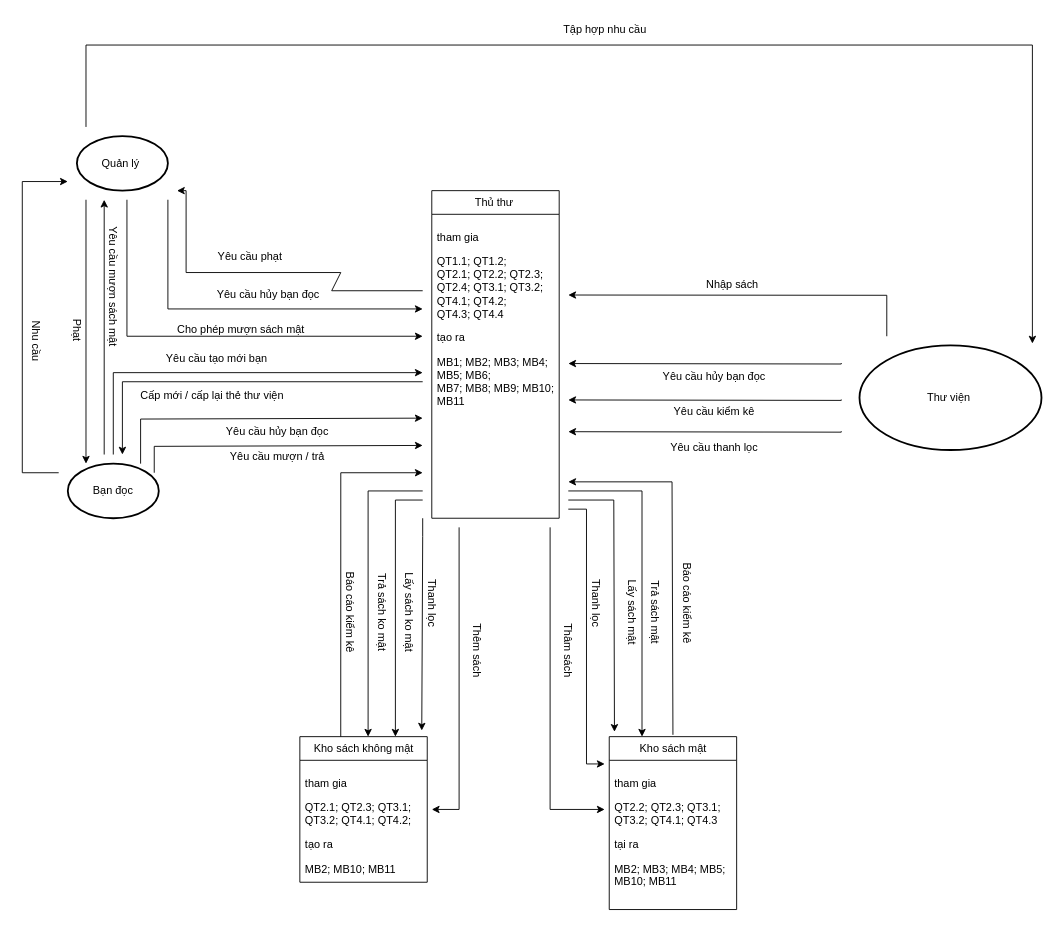
vqh17062001/PTTKHT keeps this draw.io diagram as bài tap lớn/mô hình TTNV.drawio. Above is the earlier version. Source tidied: cells renumbered, new cells numbered last; positions are measured from the earlier drawing's top-left corner, leaving out a move shared by most shapes. Both pictures are drawn from the tidied source at 91%, with x=0, y=0 at pixel (4, 15).
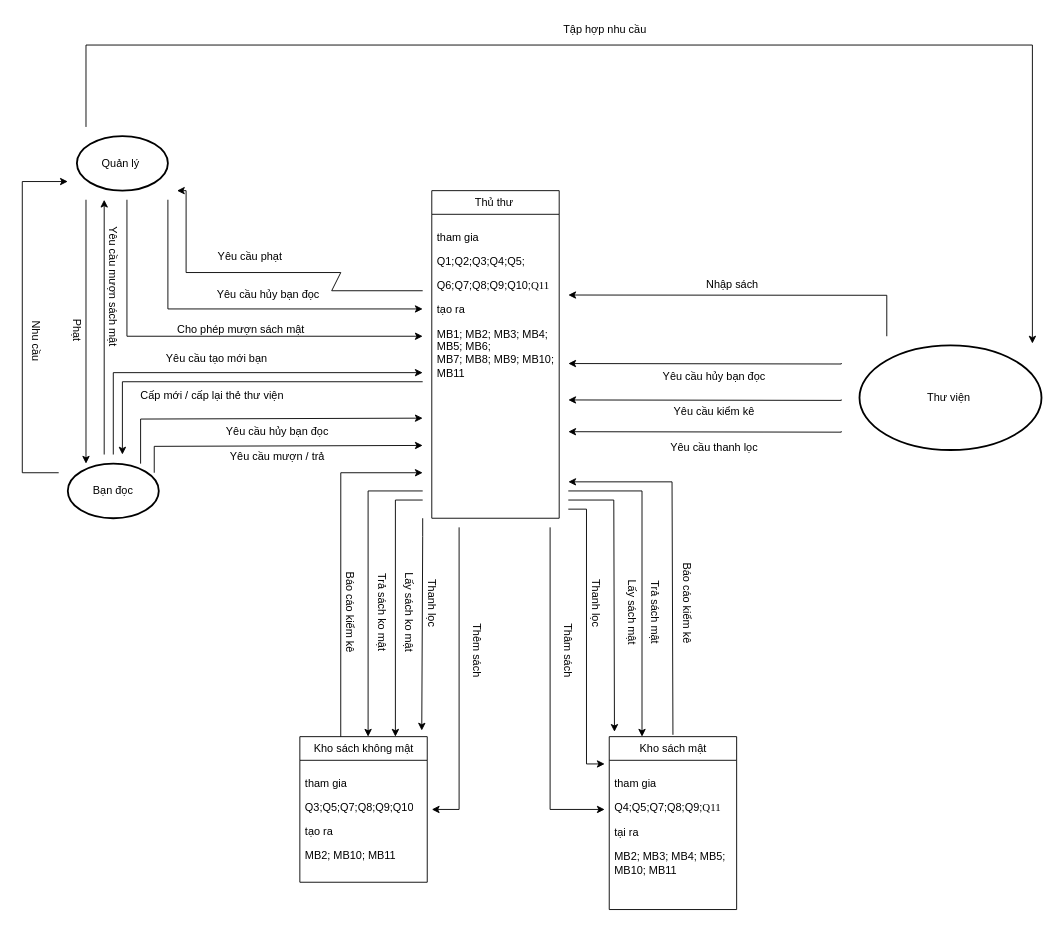
The same diagram, later.

Unchanged cells that the change refers to:
```xml
<mxCell id="5" value="Thủ thư&amp;nbsp;" style="swimlane;fontStyle=0;horizontal=1;startSize=26;fillColor=none;html=1;" parent="1" vertex="1">
  <mxGeometry x="470" y="192" width="140" height="360" as="geometry" />
</mxCell>
<mxCell id="7" value="Kho sách không mật" style="swimlane;fontStyle=0;horizontal=1;startSize=26;fillColor=none;html=1;" parent="1" vertex="1">
  <mxGeometry x="325" y="792" width="140" height="160" as="geometry" />
</mxCell>
<mxCell id="9" value="Kho sách mật" style="swimlane;fontStyle=0;horizontal=1;startSize=26;fillColor=none;html=1;" parent="1" vertex="1">
  <mxGeometry x="665" y="792" width="140" height="190" as="geometry" />
</mxCell>
```

Change to the diagram source:
```diff
@@
-    <mxCell id="6" value="&lt;p style=&quot;margin-bottom:6.0pt&quot; class=&quot;MsoNormal&quot;&gt;tham gia&lt;/p&gt;&lt;p style=&quot;margin-bottom:6.0pt&quot; class=&quot;MsoNormal&quot;&gt;QT1.1; &lt;span lang=&quot;VI&quot;&gt;QT1.2;&lt;br&gt;&lt;/span&gt;&lt;span style=&quot;mso-bidi-font-size:13.0pt;line-height:107%;&lt;br/&gt;mso-bidi-font-weight:bold&quot; lang=&quot;VI&quot;&gt;QT2.1; QT2.2; QT2.3; QT2.4; QT3.1; QT3.2; QT4.1; QT4.2;&lt;br&gt;QT4.3; QT4.4&lt;/span&gt;&lt;/p&gt;&lt;p style=&quot;margin-bottom:6.0pt&quot; class=&quot;MsoNormal&quot;&gt;&lt;span style=&quot;mso-bidi-font-size:13.0pt;line-height:107%;&lt;br/&gt;mso-bidi-font-weight:bold&quot; lang=&quot;VI&quot;&gt;tạo ra&amp;nbsp;&lt;/span&gt;&lt;/p&gt;&lt;p style=&quot;margin-bottom:6.0pt&quot; class=&quot;MsoNormal&quot;&gt;&lt;span style=&quot;mso-bidi-font-size:13.0pt;line-height:107%;&lt;br/&gt;mso-bidi-font-weight:bold&quot; lang=&quot;VI&quot;&gt;&lt;/span&gt;&lt;/p&gt;&lt;p style=&quot;margin-bottom:6.0pt&quot; class=&quot;MsoNormal&quot;&gt;MB1; MB2; MB3; MB4; MB5; MB6;&lt;br&gt;MB7; MB8; MB9; MB10; MB11&lt;/p&gt;" style="text;strokeColor=none;fillColor=none;align=left;verticalAlign=top;spacingLeft=4;spacingRight=4;overflow=hidden;whiteSpace=wrap;html=1;" parent="5" vertex="1">
+    <mxCell id="6" value="&lt;p style=&quot;margin-bottom:6.0pt&quot; class=&quot;MsoNormal&quot;&gt;tham gia&lt;/p&gt;&lt;p style=&quot;margin-bottom:6.0pt&quot; class=&quot;MsoNormal&quot;&gt;&lt;span style=&quot;background-color: initial;&quot;&gt;Q1;Q2;Q3;Q4;Q5;&lt;/span&gt;&lt;/p&gt;&lt;p style=&quot;margin-bottom:6.0pt&quot; class=&quot;MsoNormal&quot;&gt;&lt;span style=&quot;background-color: initial;&quot;&gt;Q6;Q7;&lt;/span&gt;&lt;span style=&quot;background-color: initial;&quot;&gt;Q8;Q9;Q10;&lt;/span&gt;&lt;span style=&quot;background-color: initial; font-family: &amp;quot;Times New Roman&amp;quot;, serif;&quot;&gt;Q11&lt;/span&gt;&lt;/p&gt;&lt;p style=&quot;margin-bottom:6.0pt&quot; class=&quot;MsoNormal&quot;&gt;&lt;span style=&quot;mso-bidi-font-size:13.0pt;line-height:107%;&lt;br/&gt;mso-bidi-font-weight:bold&quot; lang=&quot;VI&quot;&gt;tạo ra&amp;nbsp;&lt;/span&gt;&lt;/p&gt;&lt;p style=&quot;margin-bottom:6.0pt&quot; class=&quot;MsoNormal&quot;&gt;&lt;span style=&quot;mso-bidi-font-size:13.0pt;line-height:107%;&lt;br/&gt;mso-bidi-font-weight:bold&quot; lang=&quot;VI&quot;&gt;&lt;/span&gt;&lt;/p&gt;&lt;p style=&quot;margin-bottom:6.0pt&quot; class=&quot;MsoNormal&quot;&gt;MB1; MB2; MB3; MB4; MB5; MB6;&lt;br&gt;MB7; MB8; MB9; MB10; MB11&lt;/p&gt;" style="text;strokeColor=none;fillColor=none;align=left;verticalAlign=top;spacingLeft=4;spacingRight=4;overflow=hidden;whiteSpace=wrap;html=1;" parent="5" vertex="1">
       <mxGeometry y="26" width="140" height="334" as="geometry" />
     </mxCell>
@@
-    <mxCell id="8" value="&lt;p class=&quot;MsoNormal&quot;&gt;tham gia&lt;/p&gt;&lt;p class=&quot;MsoNormal&quot;&gt;QT2.1; QT2.3; QT3.1; QT3.2; QT4.1; QT4.2;&lt;/p&gt;&lt;p class=&quot;MsoNormal&quot;&gt;tạo ra&amp;nbsp;&lt;/p&gt;&lt;p class=&quot;MsoNormal&quot;&gt;MB2; MB10; MB11&amp;nbsp;&lt;span lang=&quot;VI&quot;&gt;&lt;/span&gt;&lt;/p&gt;&lt;p class=&quot;MsoNormal&quot;&gt;&lt;br&gt;&lt;/p&gt;" style="text;strokeColor=none;fillColor=none;align=left;verticalAlign=top;spacingLeft=4;spacingRight=4;overflow=hidden;whiteSpace=wrap;html=1;" parent="7" vertex="1">
+    <mxCell id="8" value="&lt;p class=&quot;MsoNormal&quot;&gt;tham gia&lt;/p&gt;&lt;p class=&quot;MsoNormal&quot;&gt;&lt;span style=&quot;background-color: initial;&quot;&gt;Q3;Q5;Q7;Q8;Q9;&lt;/span&gt;&lt;span style=&quot;background-color: initial;&quot;&gt;Q10&lt;/span&gt;&lt;/p&gt;&lt;p class=&quot;MsoNormal&quot;&gt;tạo ra&amp;nbsp;&lt;/p&gt;&lt;p class=&quot;MsoNormal&quot;&gt;MB2; MB10; MB11&amp;nbsp;&lt;span lang=&quot;VI&quot;&gt;&lt;/span&gt;&lt;/p&gt;&lt;p class=&quot;MsoNormal&quot;&gt;&lt;br&gt;&lt;/p&gt;" style="text;strokeColor=none;fillColor=none;align=left;verticalAlign=top;spacingLeft=4;spacingRight=4;overflow=hidden;whiteSpace=wrap;html=1;" parent="7" vertex="1">
       <mxGeometry y="26" width="140" height="134" as="geometry" />
     </mxCell>
@@
-    <mxCell id="10" value="&lt;p class=&quot;MsoNormal&quot;&gt;tham gia&lt;/p&gt;&lt;p class=&quot;MsoNormal&quot;&gt;QT2.2; QT2.3; QT3.1; QT3.2; QT4.1; QT4.3&lt;span lang=&quot;VI&quot;&gt;&lt;/span&gt;&lt;/p&gt;&lt;p class=&quot;MsoNormal&quot;&gt;tại ra&amp;nbsp;&lt;/p&gt;&lt;p style=&quot;margin-bottom:6.0pt&quot; class=&quot;MsoNormal&quot;&gt;MB2; MB3; MB4; MB5; MB10; MB11&lt;/p&gt;" style="text;strokeColor=none;fillColor=none;align=left;verticalAlign=top;spacingLeft=4;spacingRight=4;overflow=hidden;whiteSpace=wrap;html=1;" parent="9" vertex="1">
+    <mxCell id="10" value="&lt;p class=&quot;MsoNormal&quot;&gt;tham gia&lt;/p&gt;&lt;p class=&quot;MsoNormal&quot;&gt;&lt;/p&gt;&lt;span style=&quot;background-color: initial;&quot;&gt;Q4;Q5;Q7;Q8;Q9;&lt;/span&gt;&lt;span style=&quot;line-height: 130%; font-family: &amp;quot;Times New Roman&amp;quot;, serif;&quot; lang=&quot;VI&quot;&gt;&lt;font style=&quot;font-size: 12px;&quot;&gt;Q11&lt;/font&gt;&lt;/span&gt;&lt;br&gt;&lt;p class=&quot;MsoNormal&quot;&gt;tại ra&amp;nbsp;&lt;/p&gt;&lt;p style=&quot;margin-bottom:6.0pt&quot; class=&quot;MsoNormal&quot;&gt;MB2; MB3; MB4; MB5; MB10; MB11&lt;/p&gt;" style="text;strokeColor=none;fillColor=none;align=left;verticalAlign=top;spacingLeft=4;spacingRight=4;overflow=hidden;whiteSpace=wrap;html=1;" parent="9" vertex="1">
       <mxGeometry y="26" width="140" height="164" as="geometry" />
     </mxCell>
```
